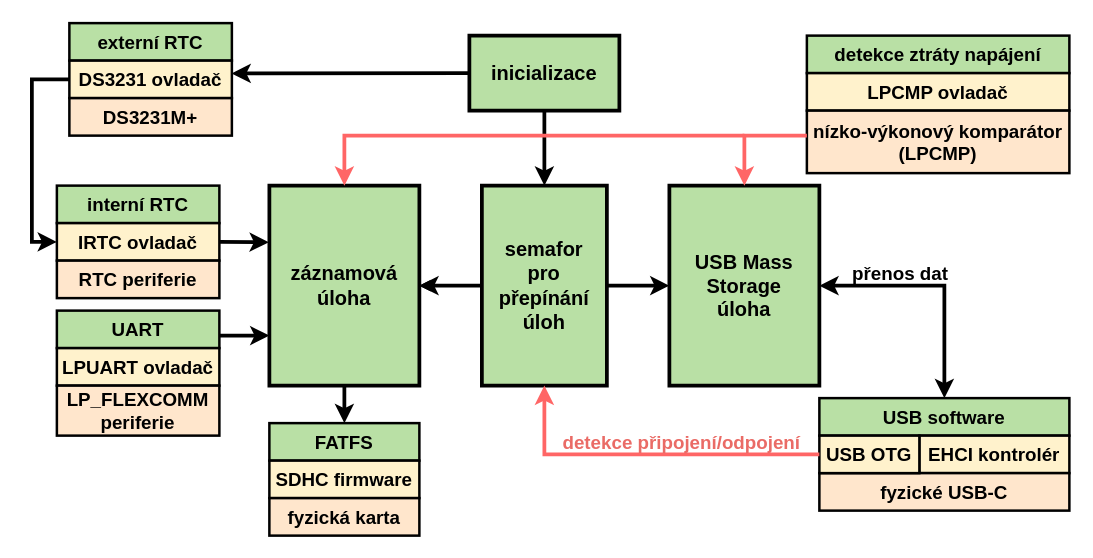
Before: diagrams/system_architecture/system_architecture.drawio in Doly02/thesis, a draw.io diagram. Source tidied: cells renumbered, new cells numbered last; positions are measured from the earlier drawing's top-left corner, leaving out a move shared by most shapes. Both pictures are drawn from the tidied source at 125%, with x=0, y=0 at pixel (31, 22).
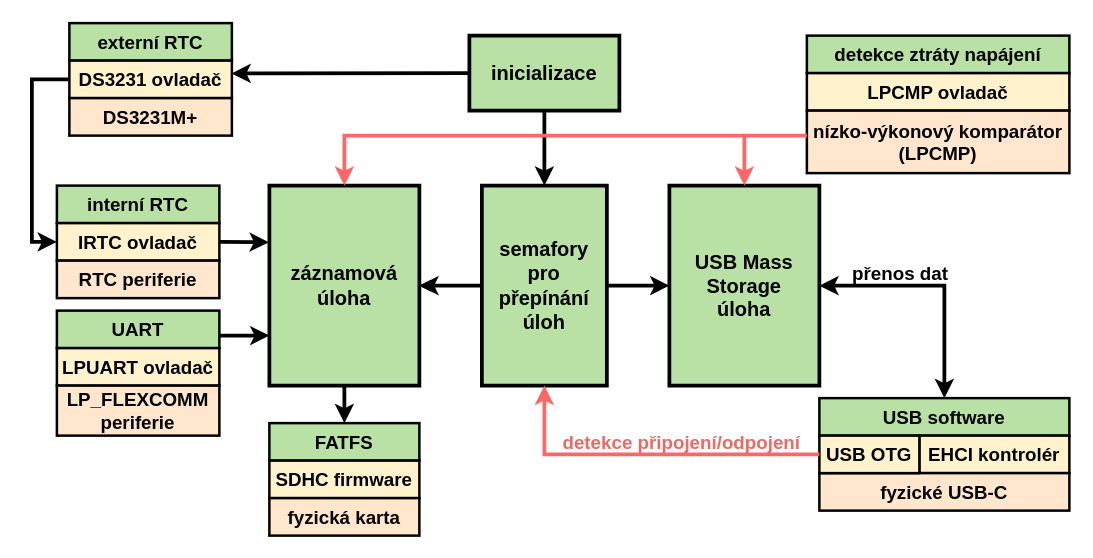
Above is the later version.

The edit, as a diff of the source:
```diff
@@
-    <mxCell id="4" value="&lt;b&gt;&lt;font style=&quot;font-size: 16px;&quot;&gt;semafor&lt;/font&gt;&lt;/b&gt;&lt;div&gt;&lt;b&gt;&lt;font style=&quot;font-size: 16px;&quot;&gt;pro&lt;/font&gt;&lt;/b&gt;&lt;/div&gt;&lt;div&gt;&lt;b&gt;&lt;font style=&quot;font-size: 16px;&quot;&gt;přepínání&lt;/font&gt;&lt;/b&gt;&lt;/div&gt;&lt;div&gt;&lt;b&gt;&lt;font style=&quot;font-size: 16px;&quot;&gt;úloh&lt;/font&gt;&lt;/b&gt;&lt;/div&gt;" style="rounded=0;whiteSpace=wrap;html=1;strokeWidth=3;fillColor=#B9E0A5;" parent="1" vertex="1">
+    <mxCell id="4" value="&lt;b&gt;&lt;font style=&quot;font-size: 16px;&quot;&gt;semafory&lt;/font&gt;&lt;/b&gt;&lt;div&gt;&lt;b&gt;&lt;font style=&quot;font-size: 16px;&quot;&gt;pro&lt;/font&gt;&lt;/b&gt;&lt;/div&gt;&lt;div&gt;&lt;b&gt;&lt;font style=&quot;font-size: 16px;&quot;&gt;přepínání&lt;/font&gt;&lt;/b&gt;&lt;/div&gt;&lt;div&gt;&lt;b&gt;&lt;font style=&quot;font-size: 16px;&quot;&gt;úloh&lt;/font&gt;&lt;/b&gt;&lt;/div&gt;" style="rounded=0;whiteSpace=wrap;html=1;strokeWidth=3;fillColor=#B9E0A5;" parent="1" vertex="1">
       <mxGeometry x="360" y="130" width="100" height="160" as="geometry" />
     </mxCell>
```
